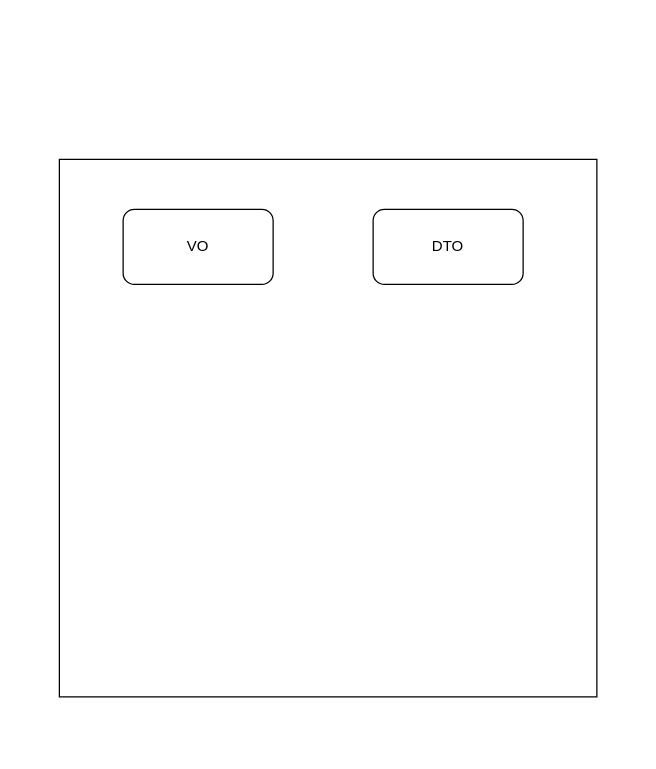
Earlier version of the draw.io diagram Java/po、vo、dto、bo、pojo.drawio (ZgStride/drawIO). Source tidied: cells renumbered, new cells numbered last; positions are measured from the earlier drawing's top-left corner, leaving out a move shared by most shapes. Both pictures are drawn from the tidied source at 125%, with x=0, y=0 at pixel (59, 159).
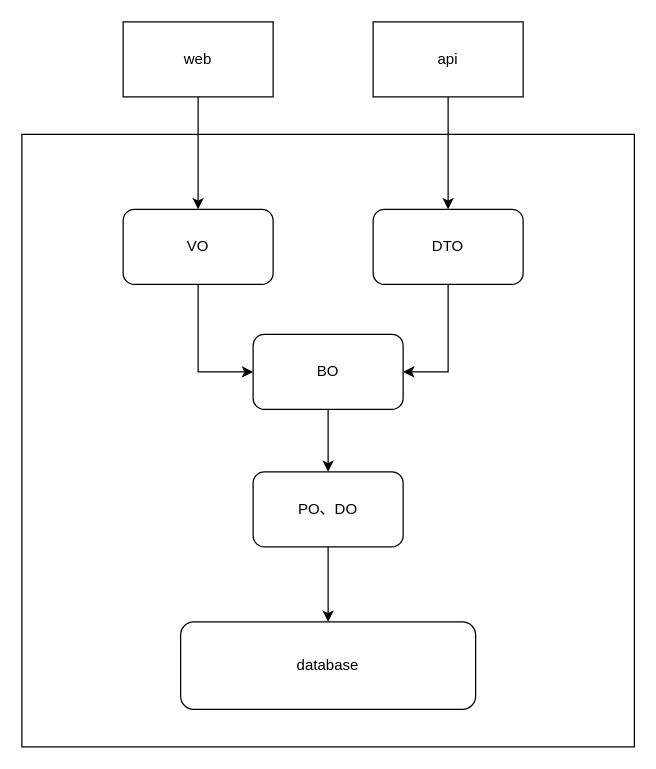
The same diagram, later.

Change to the diagram source:
```diff
@@
 <mxGraphModel>
   <root>
     <mxCell id="0" />
     <mxCell id="1" parent="0" />
     <mxCell id="2" style="whiteSpace=wrap;html=1;" parent="1" vertex="1">
-      <mxGeometry width="430" height="430" as="geometry" />
+      <mxGeometry x="-30" y="-20" width="490" height="490" as="geometry" />
     </mxCell>
+    <mxCell id="5" style="edgeStyle=orthogonalEdgeStyle;rounded=0;jettySize=auto;html=1;exitX=0.5;exitY=1;exitDx=0;exitDy=0;entryX=0;entryY=0.5;entryDx=0;entryDy=0;" parent="1" edge="1" source="3" target="12">
+      <mxGeometry relative="1" as="geometry" />
+    </mxCell>
     <mxCell id="3" value="VO" style="rounded=1;whiteSpace=wrap;html=1;" parent="1" vertex="1">
       <mxGeometry x="51" y="40" width="120" height="60" as="geometry" />
     </mxCell>
+    <mxCell id="6" style="edgeStyle=orthogonalEdgeStyle;rounded=0;jettySize=auto;html=1;exitX=0.5;exitY=1;exitDx=0;exitDy=0;entryX=1;entryY=0.5;entryDx=0;entryDy=0;" parent="1" edge="1" source="4" target="12">
+      <mxGeometry relative="1" as="geometry" />
+    </mxCell>
     <mxCell id="4" value="DTO" style="rounded=1;whiteSpace=wrap;html=1;" parent="1" vertex="1">
       <mxGeometry x="251" y="40" width="120" height="60" as="geometry" />
     </mxCell>
+    <mxCell id="7" style="edgeStyle=orthogonalEdgeStyle;rounded=0;jettySize=auto;html=1;exitX=0.5;exitY=1;exitDx=0;exitDy=0;" parent="1" edge="1" source="8" target="3">
+      <mxGeometry relative="1" as="geometry" />
+    </mxCell>
+    <mxCell id="8" value="web" style="rounded=0;whiteSpace=wrap;html=1;" parent="1" vertex="1">
+      <mxGeometry x="51" y="-110" width="120" height="60" as="geometry" />
+    </mxCell>
+    <mxCell id="9" style="edgeStyle=orthogonalEdgeStyle;rounded=0;jettySize=auto;html=1;exitX=0.5;exitY=1;exitDx=0;exitDy=0;" parent="1" edge="1" source="10" target="4">
+      <mxGeometry relative="1" as="geometry" />
+    </mxCell>
+    <mxCell id="10" value="api" style="rounded=0;whiteSpace=wrap;html=1;" parent="1" vertex="1">
+      <mxGeometry x="251" y="-110" width="120" height="60" as="geometry" />
+    </mxCell>
+    <mxCell id="11" style="edgeStyle=orthogonalEdgeStyle;rounded=0;jettySize=auto;html=1;exitX=0.5;exitY=1;exitDx=0;exitDy=0;" parent="1" edge="1" source="12" target="14">
+      <mxGeometry relative="1" as="geometry" />
+    </mxCell>
+    <mxCell id="12" value="BO" style="rounded=1;whiteSpace=wrap;html=1;" parent="1" vertex="1">
+      <mxGeometry x="155" y="140" width="120" height="60" as="geometry" />
+    </mxCell>
+    <mxCell id="13" style="edgeStyle=orthogonalEdgeStyle;rounded=0;jettySize=auto;html=1;exitX=0.5;exitY=1;exitDx=0;exitDy=0;entryX=0.5;entryY=0;entryDx=0;entryDy=0;" parent="1" edge="1" source="14" target="15">
+      <mxGeometry relative="1" as="geometry" />
+    </mxCell>
+    <mxCell id="14" value="PO、DO" style="rounded=1;whiteSpace=wrap;html=1;" parent="1" vertex="1">
+      <mxGeometry x="155" y="250" width="120" height="60" as="geometry" />
+    </mxCell>
+    <mxCell id="15" value="database" style="rounded=1;whiteSpace=wrap;html=1;" parent="1" vertex="1">
+      <mxGeometry x="97" y="370" width="236" height="70" as="geometry" />
+    </mxCell>
   </root>
 </mxGraphModel>
```
